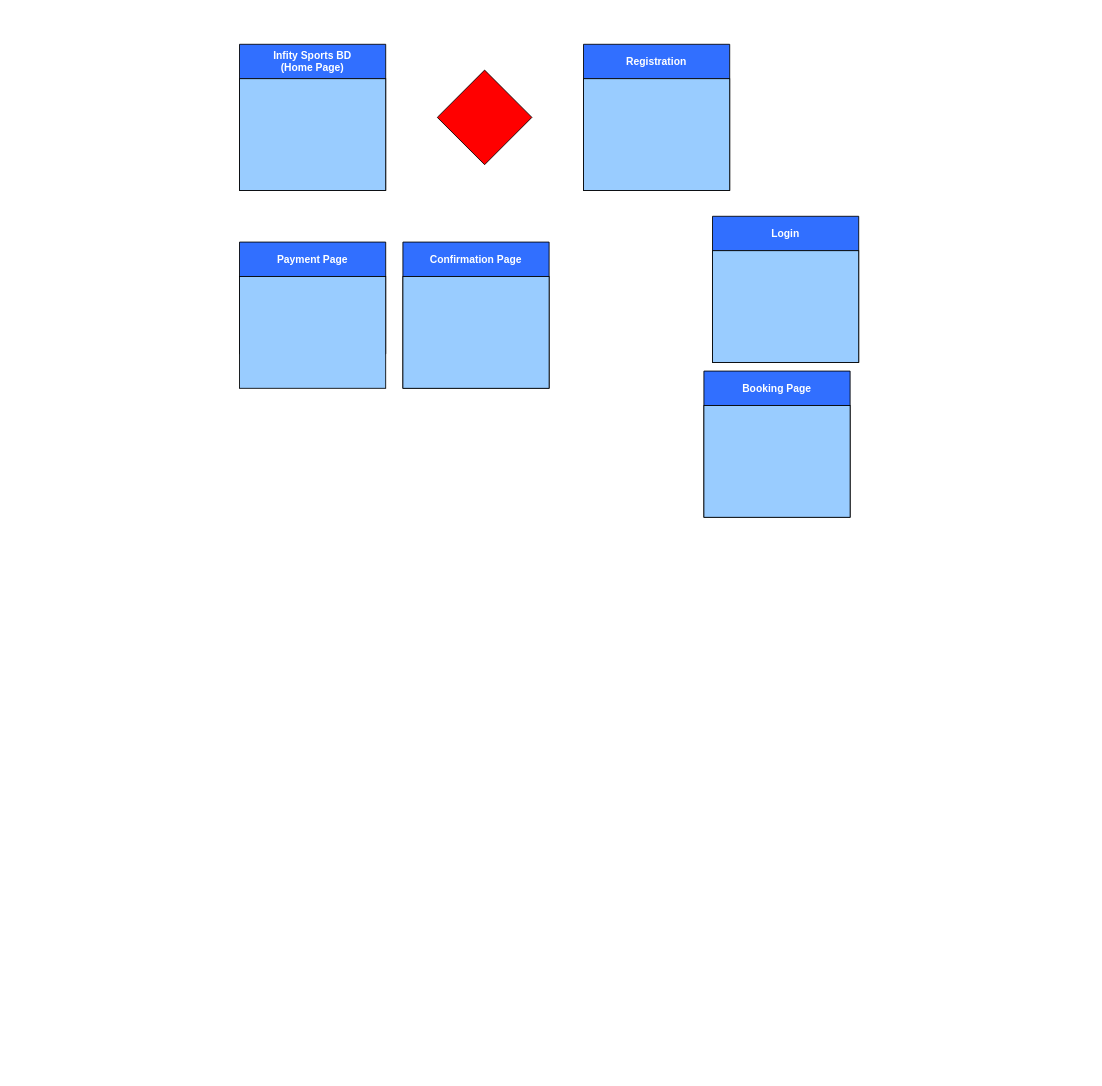
Before: Untitled Diagram.drawio in Skippersquareroot100/Advvance-Database, a draw.io diagram. Source tidied: cells renumbered, new cells numbered last; positions are measured from the earlier drawing's top-left corner, leaving out a move shared by most shapes. Both pictures are drawn from the tidied source at 86%, with x=0, y=0 at pixel (239, 44).
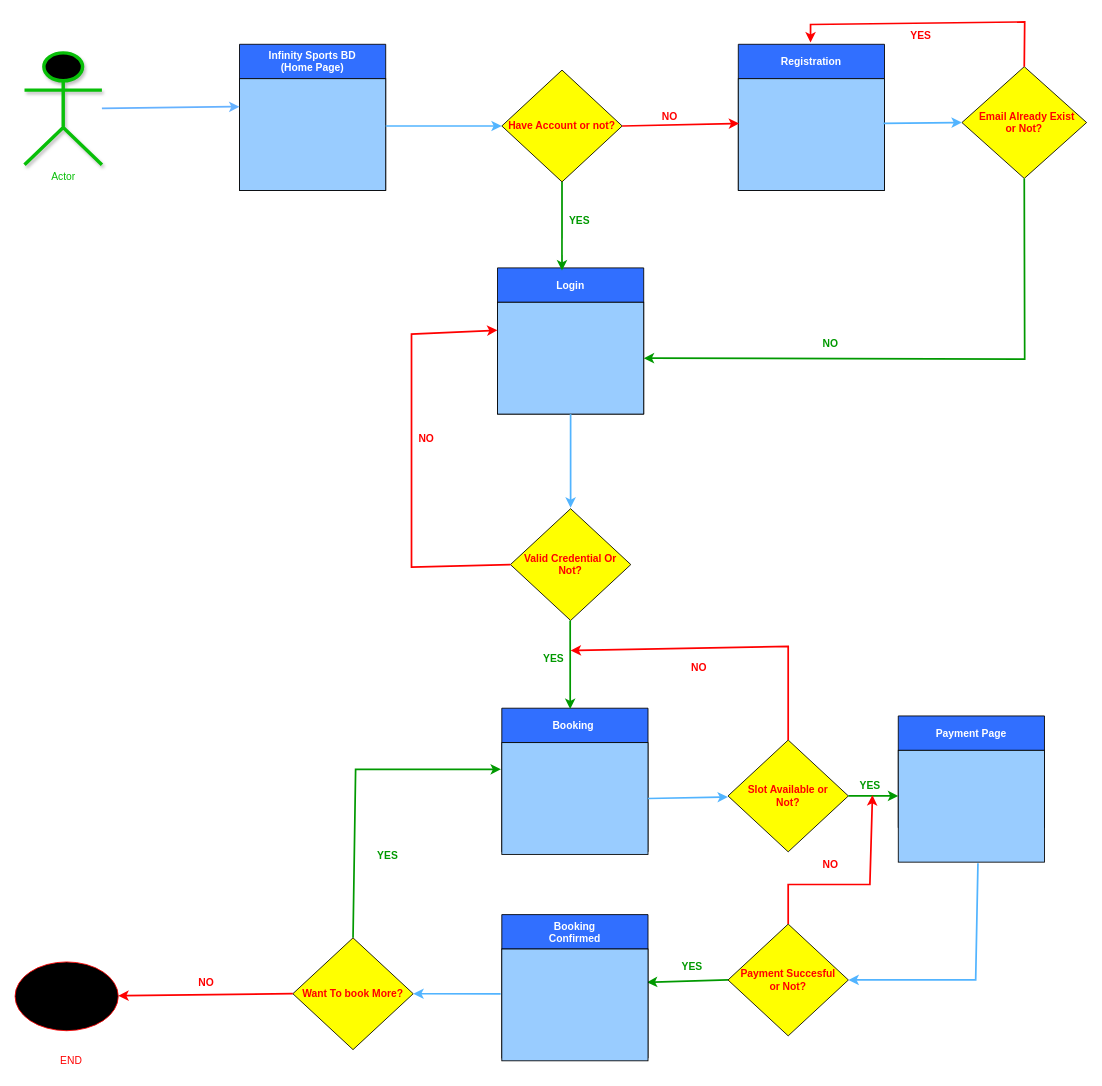
After the change.

Unchanged cells that the change refers to:
```xml
<mxCell id="3" style="whiteSpace=wrap;html=1;fillColor=#99CCFF;" parent="2" vertex="1">
  <mxGeometry y="40" width="170" height="130" as="geometry" />
</mxCell>
<mxCell id="7" style="whiteSpace=wrap;html=1;fillColor=#99CCFF;" parent="6" vertex="1">
  <mxGeometry y="40" width="170" height="130" as="geometry" />
</mxCell>
<mxCell id="9" style="whiteSpace=wrap;html=1;fillColor=#99CCFF;" parent="8" vertex="1">
  <mxGeometry y="40" width="170" height="130" as="geometry" />
</mxCell>
<mxCell id="11" style="whiteSpace=wrap;html=1;fillColor=#99CCFF;" parent="10" vertex="1">
  <mxGeometry y="40" width="170" height="130" as="geometry" />
</mxCell>
<mxCell id="13" style="whiteSpace=wrap;html=1;fillColor=#99CCFF;" parent="12" vertex="1">
  <mxGeometry y="40" width="170" height="130" as="geometry" />
</mxCell>
```

What changed in the source:
```diff
@@
-    <mxCell id="2" value="Infity Sports BD&#10;(Home Page)" style="swimlane;startSize=40;fillColor=#316FFF;fontColor=#FFFFFF;" parent="1" vertex="1">
+    <mxCell id="2" value="Infinity Sports BD&#10;(Home Page)" style="swimlane;startSize=40;fillColor=#316FFF;fontColor=#FFFFFF;" parent="1" vertex="1">
       <mxGeometry width="170" height="170" as="geometry" />
     </mxCell>
@@
-    <mxCell id="4" value="Booking Page" style="swimlane;startSize=40;fillColor=#316FFF;fontColor=#FFFFFF;" parent="1" vertex="1">
-      <mxGeometry x="540" y="380" width="170" height="170" as="geometry" />
-    </mxCell>
-    <mxCell id="5" style="whiteSpace=wrap;html=1;fillColor=#99CCFF;" parent="4" vertex="1">
-      <mxGeometry y="40" width="170" height="130" as="geometry" />
-    </mxCell>
-    <mxCell id="6" value="Confirmation Page" style="swimlane;startSize=40;fillColor=#316FFF;fontColor=#FFFFFF;" parent="1" vertex="1">
-      <mxGeometry x="190" y="230" width="170" height="170" as="geometry" />
+    <mxCell id="6" value="Booking " style="swimlane;startSize=40;fillColor=#316FFF;fontColor=#FFFFFF;" parent="1" vertex="1">
+      <mxGeometry x="305" y="772" width="170" height="167" as="geometry" />
     </mxCell>
@@
     <mxCell id="8" value="Registration" style="swimlane;startSize=40;fillColor=#316FFF;fontColor=#FFFFFF;" parent="1" vertex="1">
-      <mxGeometry x="400" width="170" height="170" as="geometry" />
+      <mxGeometry x="580" width="170" height="170" as="geometry" />
     </mxCell>
@@
     <mxCell id="10" value="Payment Page" style="swimlane;startSize=40;fillColor=#316FFF;fontColor=#FFFFFF;" parent="1" vertex="1">
-      <mxGeometry y="230" width="170" height="130" as="geometry" />
+      <mxGeometry x="766" y="781" width="170" height="130" as="geometry" />
     </mxCell>
@@
     <mxCell id="12" value="Login" style="swimlane;startSize=40;fillColor=#316FFF;fontColor=#FFFFFF;" parent="1" vertex="1">
-      <mxGeometry x="550" y="200" width="170" height="170" as="geometry" />
+      <mxGeometry x="300" y="260" width="170" height="170" as="geometry" />
     </mxCell>
@@
-    <mxCell id="14" style="rhombus;whiteSpace=wrap;html=1;fillColor=#FF0000;" parent="1" vertex="1">
-      <mxGeometry x="230" y="30" width="110" height="110" as="geometry" />
+    <mxCell id="14" value="&lt;font style=&quot;color: rgb(255, 0, 0);&quot;&gt;&lt;b style=&quot;&quot;&gt;Have Account or not?&lt;/b&gt;&lt;/font&gt;" style="rhombus;whiteSpace=wrap;html=1;fillColor=light-dark(#FFFF00,#FFFF00);" parent="1" vertex="1">
+      <mxGeometry x="305" y="30" width="140" height="130" as="geometry" />
     </mxCell>
+    <mxCell id="15" style="endArrow=classic;html=1;rounded=0;exitX=1;exitY=0.5;exitDx=0;exitDy=0;entryX=0.006;entryY=0.4;entryDx=0;entryDy=0;entryPerimeter=0;strokeColor=#FF0000;strokeWidth=2;" parent="1" edge="1" source="14" target="9">
+      <mxGeometry relative="1" as="geometry" />
+    </mxCell>
+    <mxCell id="16" value="&lt;b&gt;&lt;font style=&quot;color: rgb(255, 0, 0);&quot;&gt;NO&lt;/font&gt;&lt;/b&gt;" style="text;html=1;align=center;verticalAlign=middle;strokeColor=none;fillColor=none;" parent="1" vertex="1">
+      <mxGeometry x="480" y="70" width="40" height="30" as="geometry" />
+    </mxCell>
+    <mxCell id="17" style="endArrow=classic;html=1;rounded=0;exitX=0.5;exitY=1;exitDx=0;exitDy=0;entryX=0.441;entryY=0.018;entryDx=0;entryDy=0;entryPerimeter=0;strokeColor=#009900;strokeWidth=2;" parent="1" edge="1" source="14" target="12">
+      <mxGeometry relative="1" as="geometry" />
+    </mxCell>
+    <mxCell id="18" value="&lt;b&gt;&lt;font style=&quot;color: rgb(0, 153, 0);&quot;&gt;YES&lt;/font&gt;&lt;/b&gt;" style="text;html=1;align=center;verticalAlign=middle;strokeColor=none;fillColor=none;" parent="1" vertex="1">
+      <mxGeometry x="370" y="190" width="50" height="30" as="geometry" />
+    </mxCell>
+    <mxCell id="19" style="endArrow=classic;html=1;rounded=0;entryX=0;entryY=0.5;entryDx=0;entryDy=0;strokeColor=light-dark(#52b4ff, #ededed);strokeWidth=2;" parent="1" edge="1" target="14">
+      <mxGeometry relative="1" as="geometry">
+        <mxPoint x="170" y="95" as="sourcePoint" />
+      </mxGeometry>
+    </mxCell>
+    <mxCell id="20" value="&lt;font style=&quot;&quot;&gt;Actor&lt;/font&gt;" style="shape=umlActor;verticalLabelPosition=bottom;verticalAlign=top;html=1;outlineConnect=0;fillColor=#dae8fc;strokeColor=#08BF08;fontColor=#08BF08;gradientColor=light-dark(#00ff04, #ededed);gradientDirection=north;shadow=1;strokeWidth=4;fontStyle=0;" parent="1" vertex="1">
+      <mxGeometry x="-250" y="10" width="90" height="130" as="geometry" />
+    </mxCell>
+    <mxCell id="21" style="endArrow=classic;html=1;rounded=0;entryX=0;entryY=0.25;entryDx=0;entryDy=0;strokeWidth=2;strokeColor=#66B2FF;" parent="1" edge="1" source="20" target="3">
+      <mxGeometry relative="1" as="geometry" />
+    </mxCell>
+    <mxCell id="22" value="&lt;font style=&quot;color: rgb(255, 0, 0);&quot;&gt;&lt;b style=&quot;&quot;&gt;&amp;nbsp; &amp;nbsp;Email Already Exist&amp;nbsp;&lt;/b&gt;&lt;/font&gt;&lt;div&gt;&lt;font style=&quot;color: rgb(255, 0, 0);&quot;&gt;&lt;b style=&quot;&quot;&gt;or Not?&lt;/b&gt;&lt;/font&gt;&lt;/div&gt;" style="rhombus;whiteSpace=wrap;html=1;fillColor=light-dark(#FFFF00,#FFFF00);" parent="1" vertex="1">
+      <mxGeometry x="840" y="26" width="145" height="130" as="geometry" />
+    </mxCell>
+    <mxCell id="23" value="&lt;b&gt;&lt;font style=&quot;color: rgb(0, 153, 0);&quot;&gt;NO&lt;/font&gt;&lt;/b&gt;" style="text;html=1;align=center;verticalAlign=middle;strokeColor=none;fillColor=none;" parent="1" vertex="1">
+      <mxGeometry x="669" y="335" width="36" height="26" as="geometry" />
+    </mxCell>
+    <mxCell id="24" style="endArrow=classic;html=1;rounded=0;exitX=0.5;exitY=0;exitDx=0;exitDy=0;strokeColor=#FF0000;strokeWidth=2;" parent="1" edge="1" source="22">
+      <mxGeometry relative="1" as="geometry">
+        <mxPoint x="664" y="-2" as="targetPoint" />
+        <Array as="points">
+          <mxPoint x="913" y="-26" />
+          <mxPoint x="664" y="-23" />
+        </Array>
+      </mxGeometry>
+    </mxCell>
+    <mxCell id="25" style="endArrow=classic;html=1;rounded=0;exitX=0.5;exitY=1;exitDx=0;exitDy=0;strokeColor=#009900;entryX=1;entryY=0.5;entryDx=0;entryDy=0;strokeWidth=2;" parent="1" edge="1" source="22" target="13">
+      <mxGeometry relative="1" as="geometry">
+        <Array as="points">
+          <mxPoint x="913" y="366" />
+        </Array>
+      </mxGeometry>
+    </mxCell>
+    <mxCell id="26" value="&lt;b&gt;&lt;font style=&quot;color: rgb(255, 0, 0);&quot;&gt;YES&lt;/font&gt;&lt;/b&gt;" style="text;html=1;align=center;verticalAlign=middle;strokeColor=none;fillColor=none;" parent="1" vertex="1">
+      <mxGeometry x="771" y="-23" width="42" height="26" as="geometry" />
+    </mxCell>
+    <mxCell id="27" value="&lt;font style=&quot;color: rgb(255, 0, 0);&quot;&gt;&lt;b style=&quot;&quot;&gt;Valid Credential Or&lt;/b&gt;&lt;/font&gt;&lt;div&gt;&lt;font style=&quot;color: rgb(255, 0, 0);&quot;&gt;&lt;b style=&quot;&quot;&gt;Not?&lt;/b&gt;&lt;/font&gt;&lt;/div&gt;" style="rhombus;whiteSpace=wrap;html=1;fillColor=light-dark(#FFFF00,#FFFF00);" parent="1" vertex="1">
+      <mxGeometry x="315" y="540" width="140" height="130" as="geometry" />
+    </mxCell>
+    <mxCell id="28" value="&lt;b&gt;&lt;font style=&quot;color: rgb(0, 153, 0);&quot;&gt;YES&lt;/font&gt;&lt;/b&gt;" style="text;html=1;align=center;verticalAlign=middle;strokeColor=none;fillColor=none;" parent="1" vertex="1">
+      <mxGeometry x="340" y="700" width="50" height="30" as="geometry" />
+    </mxCell>
+    <mxCell id="29" style="endArrow=classic;html=1;rounded=0;exitX=0.5;exitY=1;exitDx=0;exitDy=0;entryX=0.441;entryY=0.018;entryDx=0;entryDy=0;entryPerimeter=0;strokeColor=#009900;strokeWidth=2;" parent="1" edge="1">
+      <mxGeometry relative="1" as="geometry">
+        <mxPoint x="384.5" y="670" as="sourcePoint" />
+        <mxPoint x="384.5" y="773" as="targetPoint" />
+      </mxGeometry>
+    </mxCell>
+    <mxCell id="30" style="endArrow=classic;html=1;rounded=0;strokeColor=light-dark(#52b4ff, #ededed);exitX=0.5;exitY=1;exitDx=0;exitDy=0;strokeWidth=2;" parent="1" edge="1" source="12">
+      <mxGeometry relative="1" as="geometry">
+        <mxPoint x="385" y="539" as="targetPoint" />
+      </mxGeometry>
+    </mxCell>
+    <mxCell id="31" value="&lt;b&gt;&lt;font style=&quot;color: rgb(255, 0, 0);&quot;&gt;NO&lt;/font&gt;&lt;/b&gt;" style="text;html=1;align=center;verticalAlign=middle;strokeColor=none;fillColor=none;" parent="1" vertex="1">
+      <mxGeometry x="197" y="444" width="40" height="30" as="geometry" />
+    </mxCell>
+    <mxCell id="32" style="endArrow=classic;html=1;rounded=0;strokeColor=#FF0000;exitX=0;exitY=0.5;exitDx=0;exitDy=0;entryX=0;entryY=0.25;entryDx=0;entryDy=0;strokeWidth=2;" parent="1" edge="1" source="27" target="13">
+      <mxGeometry relative="1" as="geometry">
+        <Array as="points">
+          <mxPoint x="200" y="608" />
+          <mxPoint x="200" y="337" />
+        </Array>
+      </mxGeometry>
+    </mxCell>
+    <mxCell id="33" value="&lt;font style=&quot;color: rgb(255, 0, 0);&quot;&gt;&lt;b style=&quot;&quot;&gt;Slot Available or&lt;/b&gt;&lt;/font&gt;&lt;div&gt;&lt;font style=&quot;color: rgb(255, 0, 0);&quot;&gt;&lt;b style=&quot;&quot;&gt;Not?&lt;/b&gt;&lt;/font&gt;&lt;/div&gt;" style="rhombus;whiteSpace=wrap;html=1;fillColor=#FFFF00;" parent="1" vertex="1">
+      <mxGeometry x="568" y="809" width="140" height="130" as="geometry" />
+    </mxCell>
+    <mxCell id="34" style="endArrow=classic;html=1;rounded=0;strokeColor=#FF0000;exitX=0.5;exitY=0;exitDx=0;exitDy=0;strokeWidth=2;" parent="1" edge="1" source="33">
+      <mxGeometry relative="1" as="geometry">
+        <mxPoint x="385" y="705" as="targetPoint" />
+        <Array as="points">
+          <mxPoint x="638" y="700" />
+        </Array>
+      </mxGeometry>
+    </mxCell>
+    <mxCell id="35" style="endArrow=classic;html=1;rounded=0;exitX=1;exitY=0.5;exitDx=0;exitDy=0;strokeColor=#009900;strokeWidth=2;" parent="1" edge="1" source="33">
+      <mxGeometry relative="1" as="geometry">
+        <mxPoint x="766" y="874" as="targetPoint" />
+      </mxGeometry>
+    </mxCell>
+    <mxCell id="36" value="&lt;font style=&quot;color: rgb(255, 0, 0);&quot;&gt;&lt;b style=&quot;&quot;&gt;Payment Succesful&lt;/b&gt;&lt;/font&gt;&lt;div&gt;&lt;font style=&quot;color: rgb(255, 0, 0);&quot;&gt;&lt;b style=&quot;&quot;&gt;or Not?&lt;/b&gt;&lt;/font&gt;&lt;/div&gt;" style="rhombus;whiteSpace=wrap;html=1;fillColor=#FFFF00;" parent="1" vertex="1">
+      <mxGeometry x="568" y="1023" width="140" height="130" as="geometry" />
+    </mxCell>
+    <mxCell id="37" style="endArrow=classic;html=1;rounded=0;strokeColor=#009900;exitX=0;exitY=0.5;exitDx=0;exitDy=0;entryX=0.992;entryY=0.297;entryDx=0;entryDy=0;entryPerimeter=0;strokeWidth=2;" parent="1" edge="1" source="36" target="5">
+      <mxGeometry relative="1" as="geometry" />
+    </mxCell>
+    <mxCell id="38" value="Booking&#10;Confirmed" style="swimlane;startSize=40;fillColor=#316FFF;fontColor=#FFFFFF;" parent="1" vertex="1">
+      <mxGeometry x="305" y="1012" width="170" height="167" as="geometry" />
+    </mxCell>
+    <mxCell id="5" style="whiteSpace=wrap;html=1;fillColor=#99CCFF;" parent="38" vertex="1">
+      <mxGeometry y="40" width="170" height="130" as="geometry" />
+    </mxCell>
+    <mxCell id="39" style="endArrow=classic;html=1;rounded=0;strokeColor=light-dark(#52b4ff, #ededed);entryX=1;entryY=0.5;entryDx=0;entryDy=0;exitX=0.545;exitY=1.01;exitDx=0;exitDy=0;exitPerimeter=0;strokeWidth=2;" parent="1" edge="1" source="11" target="36">
+      <mxGeometry relative="1" as="geometry">
+        <Array as="points">
+          <mxPoint x="856" y="1088" />
+        </Array>
+      </mxGeometry>
+    </mxCell>
+    <mxCell id="40" style="endArrow=classic;html=1;rounded=0;strokeColor=#FF0000;exitX=0.5;exitY=0;exitDx=0;exitDy=0;strokeWidth=2;" parent="1" edge="1" source="36">
+      <mxGeometry relative="1" as="geometry">
+        <mxPoint x="736" y="873" as="targetPoint" />
+        <Array as="points">
+          <mxPoint x="638" y="977" />
+          <mxPoint x="733" y="977" />
+        </Array>
+      </mxGeometry>
+    </mxCell>
+    <mxCell id="41" value="&lt;font style=&quot;color: rgb(255, 0, 0);&quot;&gt;&lt;b style=&quot;&quot;&gt;Want To book More?&lt;/b&gt;&lt;/font&gt;" style="rhombus;whiteSpace=wrap;html=1;fillColor=#FFFF00;" parent="1" vertex="1">
+      <mxGeometry x="62" y="1039" width="140" height="130" as="geometry" />
+    </mxCell>
+    <mxCell id="42" style="endArrow=classic;html=1;rounded=0;strokeColor=light-dark(#52b4ff, #ededed);entryX=1;entryY=0.5;entryDx=0;entryDy=0;exitX=-0.008;exitY=0.401;exitDx=0;exitDy=0;exitPerimeter=0;strokeWidth=2;" parent="1" edge="1" source="5" target="41">
+      <mxGeometry relative="1" as="geometry" />
+    </mxCell>
+    <mxCell id="43" style="endArrow=classic;html=1;rounded=0;strokeColor=#FF0000;exitX=0;exitY=0.5;exitDx=0;exitDy=0;strokeWidth=2;" parent="1" edge="1" source="41" target="45">
+      <mxGeometry relative="1" as="geometry" />
+    </mxCell>
+    <mxCell id="44" style="endArrow=classic;html=1;rounded=0;strokeColor=#009900;exitX=0.5;exitY=0;exitDx=0;exitDy=0;strokeWidth=2;" parent="1" edge="1" source="41">
+      <mxGeometry relative="1" as="geometry">
+        <mxPoint x="304" y="843" as="targetPoint" />
+        <Array as="points">
+          <mxPoint x="135" y="843" />
+        </Array>
+      </mxGeometry>
+    </mxCell>
+    <mxCell id="45" style="ellipse;whiteSpace=wrap;html=1;strokeColor=#FF0000;align=center;verticalAlign=top;fontFamily=Helvetica;fontSize=12;fontColor=#08BF08;fillColor=#dae8fc;gradientColor=light-dark(#eb0f0f, #ededed);gradientDirection=north;" parent="1" vertex="1">
+      <mxGeometry x="-261" y="1067" width="120" height="80" as="geometry" />
+    </mxCell>
+    <mxCell id="46" value="&lt;b&gt;&lt;font style=&quot;color: rgb(0, 153, 0);&quot;&gt;YES&lt;/font&gt;&lt;/b&gt;" style="text;html=1;align=center;verticalAlign=middle;strokeColor=none;fillColor=none;" parent="1" vertex="1">
+      <mxGeometry x="147" y="929" width="50" height="30" as="geometry" />
+    </mxCell>
+    <mxCell id="47" value="&lt;b&gt;&lt;font style=&quot;color: rgb(255, 0, 0);&quot;&gt;NO&lt;/font&gt;&lt;/b&gt;" style="text;html=1;align=center;verticalAlign=middle;strokeColor=none;fillColor=none;" parent="1" vertex="1">
+      <mxGeometry x="-59" y="1077" width="40" height="30" as="geometry" />
+    </mxCell>
+    <mxCell id="48" value="&lt;b&gt;&lt;font style=&quot;color: rgb(0, 153, 0);&quot;&gt;YES&lt;/font&gt;&lt;/b&gt;" style="text;html=1;align=center;verticalAlign=middle;strokeColor=none;fillColor=none;" parent="1" vertex="1">
+      <mxGeometry x="501" y="1058" width="50" height="30" as="geometry" />
+    </mxCell>
+    <mxCell id="49" value="&lt;b&gt;&lt;font style=&quot;color: rgb(255, 0, 0);&quot;&gt;NO&lt;/font&gt;&lt;/b&gt;" style="text;html=1;align=center;verticalAlign=middle;strokeColor=none;fillColor=none;" parent="1" vertex="1">
+      <mxGeometry x="667" y="939" width="40" height="30" as="geometry" />
+    </mxCell>
+    <mxCell id="50" value="&lt;b&gt;&lt;font style=&quot;color: rgb(255, 0, 0);&quot;&gt;NO&lt;/font&gt;&lt;/b&gt;" style="text;html=1;align=center;verticalAlign=middle;strokeColor=none;fillColor=none;" parent="1" vertex="1">
+      <mxGeometry x="514" y="710" width="40" height="30" as="geometry" />
+    </mxCell>
+    <mxCell id="51" style="endArrow=classic;html=1;rounded=0;strokeColor=light-dark(#52b4ff, #ededed);exitX=1;exitY=0.5;exitDx=0;exitDy=0;strokeWidth=2;" parent="1" edge="1" source="7">
+      <mxGeometry relative="1" as="geometry">
+        <mxPoint x="568" y="875.3" as="targetPoint" />
+      </mxGeometry>
+    </mxCell>
+    <mxCell id="52" style="endArrow=classic;html=1;rounded=0;strokeColor=light-dark(#52b4ff, #ededed);strokeWidth=2;exitX=0.992;exitY=0.4;exitDx=0;exitDy=0;exitPerimeter=0;entryX=0;entryY=0.5;entryDx=0;entryDy=0;" parent="1" edge="1" source="9" target="22">
+      <mxGeometry relative="1" as="geometry" />
+    </mxCell>
+    <mxCell id="53" value="&lt;b&gt;&lt;font style=&quot;color: rgb(0, 153, 0);&quot;&gt;YES&lt;/font&gt;&lt;/b&gt;" style="text;html=1;align=center;verticalAlign=middle;strokeColor=none;fillColor=none;" parent="1" vertex="1">
+      <mxGeometry x="708" y="848" width="50" height="30" as="geometry" />
+    </mxCell>
+    <mxCell id="54" value="&lt;font style=&quot;color: rgb(255, 0, 0);&quot;&gt;END&lt;/font&gt;" style="text;html=1;align=center;verticalAlign=middle;strokeColor=none;fillColor=none;fontFamily=Helvetica;fontSize=12;fontColor=#08BF08;" parent="1" vertex="1">
+      <mxGeometry x="-218" y="1169" width="43" height="26" as="geometry" />
+    </mxCell>
```
